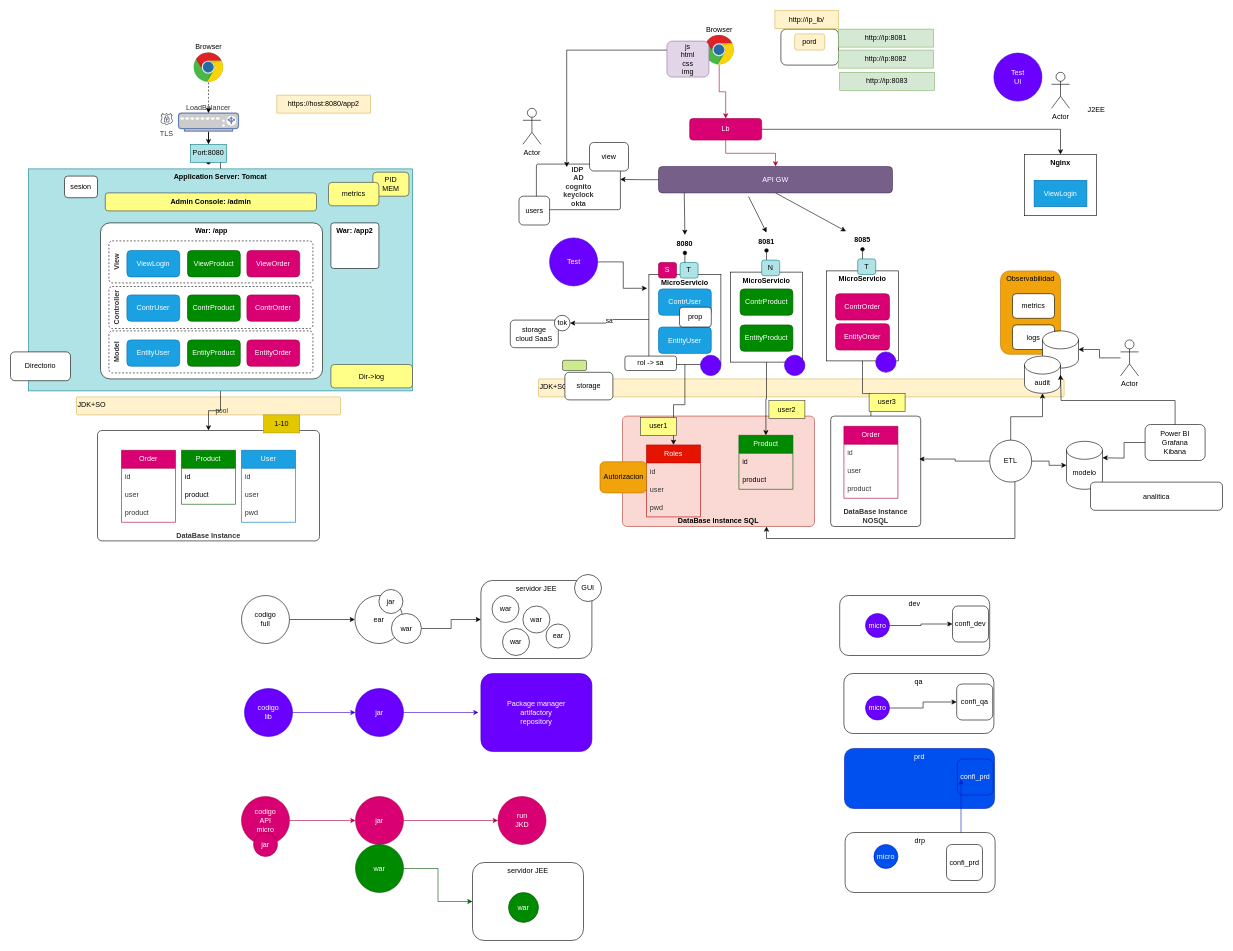
Above: page "Page-3" (3 of 27) of doc/curso-marzo.drawio in gmacastil/ms-mz-producto (draw.io), before the change. Source tidied: cells renumbered, new cells numbered last; positions are measured from the earlier drawing's top-left corner, leaving out a move shared by most shapes. Both pictures are drawn from the tidied source at 60%, with x=0, y=0 at pixel (10, 10).
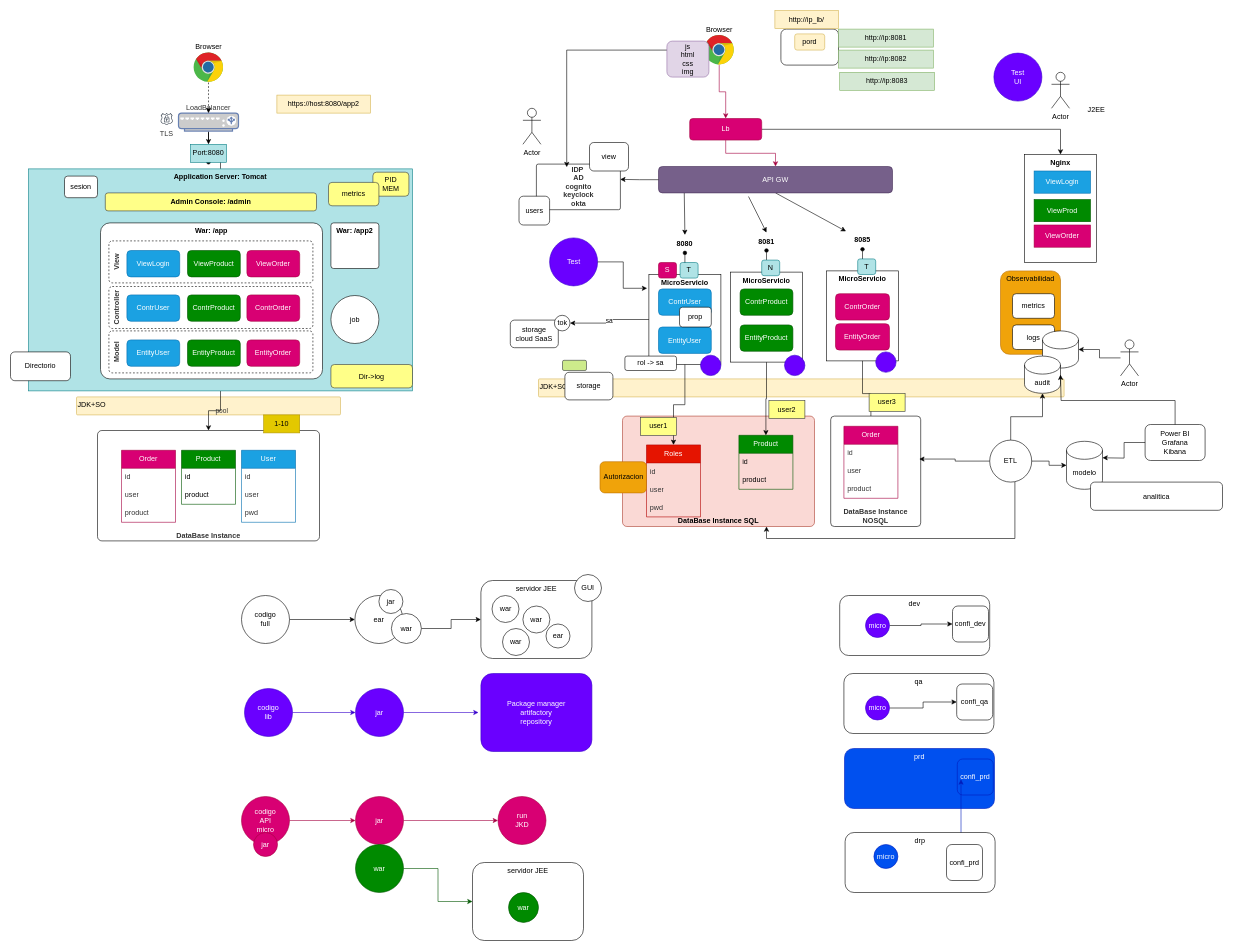
The same diagram, later.

The edit, as a diff of the source:
```diff
@@
     <mxCell id="3" value="Nginx" style="rounded=0;whiteSpace=wrap;html=1;verticalAlign=top;fontStyle=1;" parent="1" vertex="1">
-      <mxGeometry x="1690" y="240" width="120" height="102" as="geometry" />
+      <mxGeometry x="1690" y="240" width="120" height="180" as="geometry" />
     </mxCell>
@@
     <mxCell id="80" value="ViewLogin" style="rounded=0;whiteSpace=wrap;fillColor=#1ba1e2;fontColor=#ffffff;strokeColor=#006EAF;labelBackgroundColor=none;" parent="1" vertex="1">
-      <mxGeometry x="1706" y="283" width="88" height="44" as="geometry" />
+      <mxGeometry x="1706" y="267.5" width="94" height="37" as="geometry" />
     </mxCell>
@@
+    <mxCell id="183" value="job" style="ellipse;whiteSpace=wrap;html=1;" parent="1" vertex="1">
+      <mxGeometry x="534" y="475" width="80" height="80" as="geometry" />
+    </mxCell>
+    <mxCell id="184" value="ViewProd" style="rounded=0;whiteSpace=wrap;fillColor=#008a00;fontColor=#ffffff;strokeColor=#005700;labelBackgroundColor=none;" parent="1" vertex="1">
+      <mxGeometry x="1706" y="315" width="94" height="37" as="geometry" />
+    </mxCell>
+    <mxCell id="185" value="ViewOrder" style="rounded=0;whiteSpace=wrap;fillColor=#d80073;fontColor=#ffffff;strokeColor=#A50040;labelBackgroundColor=none;" parent="1" vertex="1">
+      <mxGeometry x="1706" y="357.5" width="94" height="37" as="geometry" />
+    </mxCell>
```
